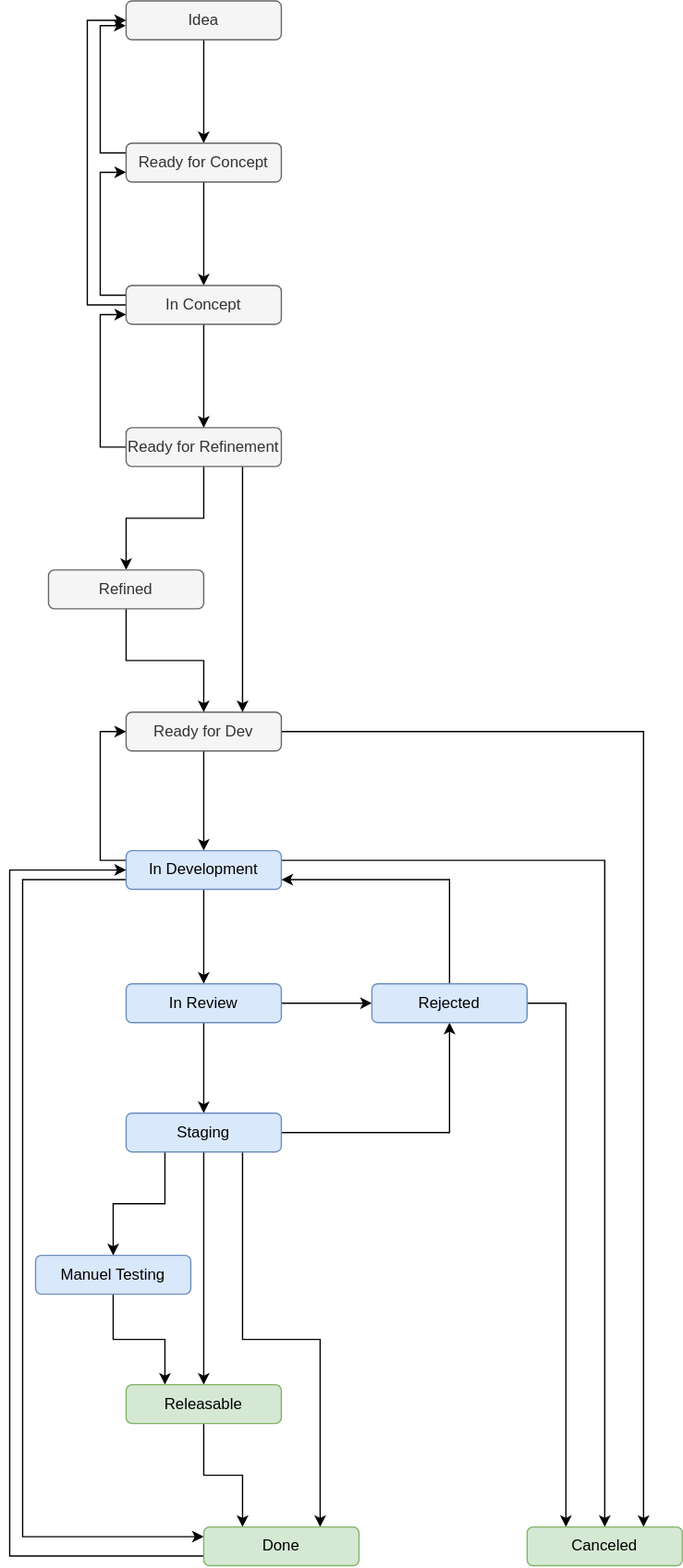
Earlier version of the draw.io export workflows/workflow-story.drawio.svg (ksb-digital/.github). Source tidied: cells renumbered, new cells last; positions are measured from the earlier drawing's top-left corner, leaving out a move shared by most shapes.
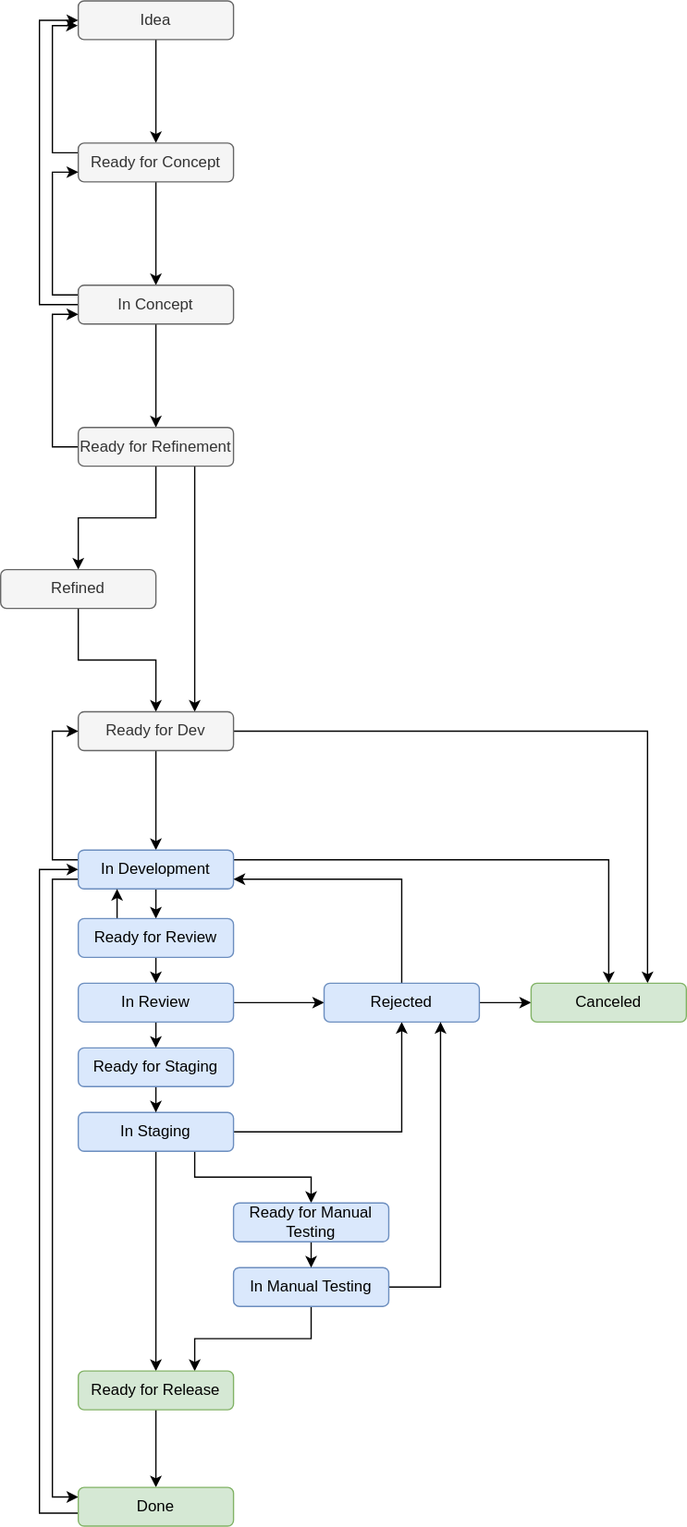
Later version of the same file.

Diff of the diagram source:
```diff
@@ -61,84 +61,101 @@
     <mxCell id="19" value="Ready for Dev" style="rounded=1;whiteSpace=wrap;html=1;fillColor=#f5f5f5;fontColor=#333333;strokeColor=#666666;" parent="1" vertex="1">
       <mxGeometry x="90" y="550" width="120" height="30" as="geometry" />
     </mxCell>
-    <mxCell id="20" style="edgeStyle=orthogonalEdgeStyle;rounded=0;jettySize=auto;html=1;exitX=0.5;exitY=1;exitDx=0;exitDy=0;entryX=0.5;entryY=0;entryDx=0;entryDy=0;" parent="1" edge="1" source="24" target="27">
-      <mxGeometry relative="1" as="geometry" />
-    </mxCell>
     <mxCell id="21" style="edgeStyle=orthogonalEdgeStyle;rounded=0;jettySize=auto;html=1;exitX=1;exitY=0.25;exitDx=0;exitDy=0;entryX=0.5;entryY=0;entryDx=0;entryDy=0;" parent="1" edge="1" source="24" target="42">
       <mxGeometry relative="1" as="geometry" />
     </mxCell>
+    <mxCell id="23" style="edgeStyle=orthogonalEdgeStyle;rounded=0;jettySize=auto;html=1;exitX=0;exitY=0.25;exitDx=0;exitDy=0;entryX=0;entryY=0.5;entryDx=0;entryDy=0;" parent="1" edge="1" source="24" target="19">
+      <mxGeometry relative="1" as="geometry" />
+    </mxCell>
+    <mxCell id="43" style="edgeStyle=orthogonalEdgeStyle;rounded=0;jettySize=auto;html=1;exitX=0.5;exitY=1;exitDx=0;exitDy=0;entryX=0.5;entryY=0;entryDx=0;entryDy=0;" parent="1" edge="1" source="24" target="49">
+      <mxGeometry relative="1" as="geometry" />
+    </mxCell>
     <mxCell id="22" style="edgeStyle=orthogonalEdgeStyle;rounded=0;jettySize=auto;html=1;exitX=0;exitY=0.75;exitDx=0;exitDy=0;entryX=0;entryY=0.25;entryDx=0;entryDy=0;" parent="1" edge="1" source="24" target="41">
-      <mxGeometry relative="1" as="geometry">
-        <Array as="points">
-          <mxPoint x="10" y="680" />
-          <mxPoint x="10" y="1188" />
-        </Array>
-      </mxGeometry>
+      <mxGeometry relative="1" as="geometry" />
     </mxCell>
-    <mxCell id="23" style="edgeStyle=orthogonalEdgeStyle;rounded=0;jettySize=auto;html=1;exitX=0;exitY=0.25;exitDx=0;exitDy=0;entryX=0;entryY=0.5;entryDx=0;entryDy=0;" parent="1" edge="1" source="24" target="19">
-      <mxGeometry relative="1" as="geometry" />
-    </mxCell>
     <mxCell id="24" value="In Development" style="rounded=1;whiteSpace=wrap;html=1;fillColor=#dae8fc;strokeColor=#6c8ebf;" parent="1" vertex="1">
       <mxGeometry x="90" y="657" width="120" height="30" as="geometry" />
     </mxCell>
-    <mxCell id="25" style="edgeStyle=orthogonalEdgeStyle;rounded=0;jettySize=auto;html=1;exitX=0.5;exitY=1;exitDx=0;exitDy=0;entryX=0.5;entryY=0;entryDx=0;entryDy=0;" parent="1" edge="1" source="27" target="32">
-      <mxGeometry relative="1" as="geometry" />
-    </mxCell>
     <mxCell id="26" style="edgeStyle=orthogonalEdgeStyle;rounded=0;jettySize=auto;html=1;exitX=1;exitY=0.5;exitDx=0;exitDy=0;entryX=0;entryY=0.5;entryDx=0;entryDy=0;" parent="1" edge="1" source="27" target="35">
       <mxGeometry relative="1" as="geometry" />
     </mxCell>
+    <mxCell id="44" style="edgeStyle=orthogonalEdgeStyle;rounded=0;jettySize=auto;html=1;exitX=0.5;exitY=1;exitDx=0;exitDy=0;entryX=0.5;entryY=0;entryDx=0;entryDy=0;" parent="1" edge="1" source="27" target="51">
+      <mxGeometry relative="1" as="geometry" />
+    </mxCell>
     <mxCell id="27" value="In Review" style="rounded=1;whiteSpace=wrap;html=1;fillColor=#dae8fc;strokeColor=#6c8ebf;" parent="1" vertex="1">
       <mxGeometry x="90" y="760" width="120" height="30" as="geometry" />
     </mxCell>
-    <mxCell id="28" style="edgeStyle=orthogonalEdgeStyle;rounded=0;jettySize=auto;html=1;exitX=0.25;exitY=1;exitDx=0;exitDy=0;entryX=0.5;entryY=0;entryDx=0;entryDy=0;" parent="1" edge="1" source="32" target="37">
-      <mxGeometry relative="1" as="geometry" />
-    </mxCell>
     <mxCell id="29" style="edgeStyle=orthogonalEdgeStyle;rounded=0;jettySize=auto;html=1;exitX=0.5;exitY=1;exitDx=0;exitDy=0;entryX=0.5;entryY=0;entryDx=0;entryDy=0;" parent="1" edge="1" source="32" target="39">
       <mxGeometry relative="1" as="geometry" />
     </mxCell>
-    <mxCell id="30" style="edgeStyle=orthogonalEdgeStyle;rounded=0;jettySize=auto;html=1;exitX=0.75;exitY=1;exitDx=0;exitDy=0;entryX=0.75;entryY=0;entryDx=0;entryDy=0;" parent="1" edge="1" source="32" target="41">
-      <mxGeometry relative="1" as="geometry" />
-    </mxCell>
     <mxCell id="31" style="edgeStyle=orthogonalEdgeStyle;rounded=0;jettySize=auto;html=1;exitX=1;exitY=0.5;exitDx=0;exitDy=0;entryX=0.5;entryY=1;entryDx=0;entryDy=0;" parent="1" edge="1" source="32" target="35">
       <mxGeometry relative="1" as="geometry" />
     </mxCell>
+    <mxCell id="45" style="edgeStyle=orthogonalEdgeStyle;rounded=0;jettySize=auto;html=1;exitX=0.75;exitY=1;exitDx=0;exitDy=0;entryX=0.5;entryY=0;entryDx=0;entryDy=0;" parent="1" edge="1" source="32" target="53">
+      <mxGeometry relative="1" as="geometry" />
+    </mxCell>
-    <mxCell id="32" value="Staging" style="rounded=1;whiteSpace=wrap;html=1;fillColor=#dae8fc;strokeColor=#6c8ebf;" parent="1" vertex="1">
+    <mxCell id="32" value="In Staging" style="rounded=1;whiteSpace=wrap;html=1;fillColor=#dae8fc;strokeColor=#6c8ebf;" parent="1" vertex="1">
       <mxGeometry x="90" y="860" width="120" height="30" as="geometry" />
     </mxCell>
     <mxCell id="33" style="edgeStyle=orthogonalEdgeStyle;rounded=0;jettySize=auto;html=1;exitX=0.5;exitY=0;exitDx=0;exitDy=0;entryX=1;entryY=0.75;entryDx=0;entryDy=0;" parent="1" edge="1" source="35" target="24">
       <mxGeometry relative="1" as="geometry" />
     </mxCell>
-    <mxCell id="34" style="edgeStyle=orthogonalEdgeStyle;rounded=0;jettySize=auto;html=1;exitX=1;exitY=0.5;exitDx=0;exitDy=0;entryX=0.25;entryY=0;entryDx=0;entryDy=0;" parent="1" edge="1" source="35" target="42">
+    <mxCell id="34" style="edgeStyle=orthogonalEdgeStyle;rounded=0;jettySize=auto;html=1;exitX=1;exitY=0.5;exitDx=0;exitDy=0;entryX=0;entryY=0.5;entryDx=0;entryDy=0;" parent="1" edge="1" source="35" target="42">
       <mxGeometry relative="1" as="geometry" />
     </mxCell>
     <mxCell id="35" value="Rejected" style="rounded=1;whiteSpace=wrap;html=1;fillColor=#dae8fc;strokeColor=#6c8ebf;" parent="1" vertex="1">
       <mxGeometry x="280" y="760" width="120" height="30" as="geometry" />
     </mxCell>
-    <mxCell id="36" style="edgeStyle=orthogonalEdgeStyle;rounded=0;jettySize=auto;html=1;exitX=0.5;exitY=1;exitDx=0;exitDy=0;entryX=0.25;entryY=0;entryDx=0;entryDy=0;" parent="1" edge="1" source="37" target="39">
+    <mxCell id="36" style="edgeStyle=orthogonalEdgeStyle;rounded=0;jettySize=auto;html=1;exitX=0.5;exitY=1;exitDx=0;exitDy=0;entryX=0.75;entryY=0;entryDx=0;entryDy=0;" parent="1" edge="1" source="37" target="39">
       <mxGeometry relative="1" as="geometry" />
     </mxCell>
+    <mxCell id="46" style="edgeStyle=orthogonalEdgeStyle;rounded=0;jettySize=auto;html=1;exitX=1;exitY=0.5;exitDx=0;exitDy=0;entryX=0.75;entryY=1;entryDx=0;entryDy=0;" parent="1" edge="1" source="37" target="35">
+      <mxGeometry relative="1" as="geometry" />
+    </mxCell>
-    <mxCell id="37" value="Manuel Testing" style="rounded=1;whiteSpace=wrap;html=1;fillColor=#dae8fc;strokeColor=#6c8ebf;" parent="1" vertex="1">
-      <mxGeometry x="20" y="970" width="120" height="30" as="geometry" />
+    <mxCell id="37" value="In Manual Testing" style="rounded=1;whiteSpace=wrap;html=1;fillColor=#dae8fc;strokeColor=#6c8ebf;" parent="1" vertex="1">
+      <mxGeometry x="210" y="980" width="120" height="30" as="geometry" />
     </mxCell>
-    <mxCell id="38" style="edgeStyle=orthogonalEdgeStyle;rounded=0;jettySize=auto;html=1;exitX=0.5;exitY=1;exitDx=0;exitDy=0;entryX=0.25;entryY=0;entryDx=0;entryDy=0;" parent="1" edge="1" source="39" target="41">
+    <mxCell id="38" style="edgeStyle=orthogonalEdgeStyle;rounded=0;jettySize=auto;html=1;exitX=0.5;exitY=1;exitDx=0;exitDy=0;entryX=0.5;entryY=0;entryDx=0;entryDy=0;" parent="1" edge="1" source="39" target="41">
       <mxGeometry relative="1" as="geometry" />
     </mxCell>
-    <mxCell id="39" value="Releasable" style="rounded=1;whiteSpace=wrap;html=1;fillColor=#d5e8d4;strokeColor=#82b366;" parent="1" vertex="1">
-      <mxGeometry x="90" y="1070" width="120" height="30" as="geometry" />
+    <mxCell id="39" value="Ready for Release" style="rounded=1;whiteSpace=wrap;html=1;fillColor=#d5e8d4;strokeColor=#82b366;" parent="1" vertex="1">
+      <mxGeometry x="90" y="1060" width="120" height="30" as="geometry" />
     </mxCell>
     <mxCell id="40" style="edgeStyle=orthogonalEdgeStyle;rounded=0;jettySize=auto;html=1;exitX=0;exitY=0.75;exitDx=0;exitDy=0;entryX=0;entryY=0.5;entryDx=0;entryDy=0;" parent="1" edge="1" source="41" target="24">
       <mxGeometry relative="1" as="geometry">
         <Array as="points">
-          <mxPoint y="1203" />
-          <mxPoint y="672" />
+          <mxPoint x="100" y="1170" />
+          <mxPoint x="60" y="1170" />
+          <mxPoint x="60" y="672" />
         </Array>
       </mxGeometry>
     </mxCell>
     <mxCell id="41" value="Done" style="rounded=1;whiteSpace=wrap;html=1;fillColor=#d5e8d4;strokeColor=#82b366;" parent="1" vertex="1">
-      <mxGeometry x="150" y="1180" width="120" height="30" as="geometry" />
+      <mxGeometry x="90" y="1150" width="120" height="30" as="geometry" />
     </mxCell>
     <mxCell id="42" value="Canceled" style="rounded=1;whiteSpace=wrap;html=1;fillColor=#d5e8d4;strokeColor=#82b366;" parent="1" vertex="1">
-      <mxGeometry x="400" y="1180" width="120" height="30" as="geometry" />
+      <mxGeometry x="440" y="760" width="120" height="30" as="geometry" />
     </mxCell>
+    <mxCell id="47" style="edgeStyle=orthogonalEdgeStyle;rounded=0;jettySize=auto;html=1;exitX=0.5;exitY=1;exitDx=0;exitDy=0;entryX=0.5;entryY=0;entryDx=0;entryDy=0;" parent="1" edge="1" source="49" target="27">
+      <mxGeometry relative="1" as="geometry" />
+    </mxCell>
+    <mxCell id="48" style="edgeStyle=orthogonalEdgeStyle;rounded=0;jettySize=auto;html=1;exitX=0.25;exitY=0;exitDx=0;exitDy=0;entryX=0.25;entryY=1;entryDx=0;entryDy=0;" parent="1" edge="1" source="49" target="24">
+      <mxGeometry relative="1" as="geometry" />
+    </mxCell>
+    <mxCell id="49" value="Ready for Review" style="rounded=1;whiteSpace=wrap;html=1;fillColor=#dae8fc;strokeColor=#6c8ebf;" parent="1" vertex="1">
+      <mxGeometry x="90" y="710" width="120" height="30" as="geometry" />
+    </mxCell>
+    <mxCell id="50" style="edgeStyle=orthogonalEdgeStyle;rounded=0;jettySize=auto;html=1;exitX=0.5;exitY=1;exitDx=0;exitDy=0;entryX=0.5;entryY=0;entryDx=0;entryDy=0;" parent="1" edge="1" source="51" target="32">
+      <mxGeometry relative="1" as="geometry" />
+    </mxCell>
+    <mxCell id="51" value="Ready for Staging" style="rounded=1;whiteSpace=wrap;html=1;fillColor=#dae8fc;strokeColor=#6c8ebf;" parent="1" vertex="1">
+      <mxGeometry x="90" y="810" width="120" height="30" as="geometry" />
+    </mxCell>
+    <mxCell id="52" style="edgeStyle=orthogonalEdgeStyle;rounded=0;jettySize=auto;html=1;exitX=0.5;exitY=1;exitDx=0;exitDy=0;entryX=0.5;entryY=0;entryDx=0;entryDy=0;" parent="1" edge="1" source="53" target="37">
+      <mxGeometry relative="1" as="geometry" />
+    </mxCell>
+    <mxCell id="53" value="Ready for Manual Testing" style="rounded=1;whiteSpace=wrap;html=1;fillColor=#dae8fc;strokeColor=#6c8ebf;" parent="1" vertex="1">
+      <mxGeometry x="210" y="930" width="120" height="30" as="geometry" />
+    </mxCell>
   </root>
 </mxGraphModel>
```
